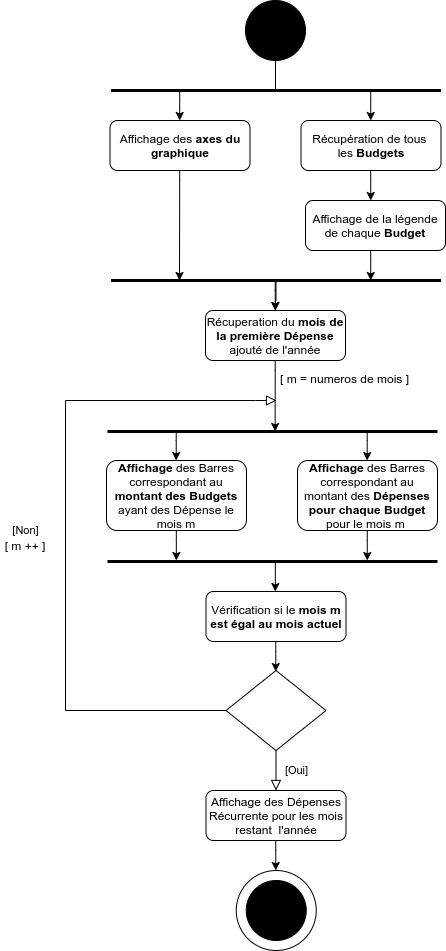
The draw.io diagram documentation/diagram-activite-suivi.png in NikolasBdn/BudgProject, before a commit. Source tidied: cells renumbered, new cells last; positions are measured from the earlier drawing's top-left corner, leaving out a move shared by most shapes. Its diagram source:
```xml
<mxGraphModel>
  <root>
    <mxCell id="0" />
    <mxCell id="1" parent="0" />
    <mxCell id="2" style="verticalLabelPosition=bottom;shadow=0;dashed=0;align=center;html=1;verticalAlign=top;shape=mxgraph.electrical.transmission.testPoint;" parent="1" vertex="1">
      <mxGeometry x="245" width="60" height="90" as="geometry" />
    </mxCell>
    <mxCell id="3" style="group;" parent="1" vertex="1">
      <mxGeometry x="233.8" y="850" width="80" height="100" as="geometry" />
    </mxCell>
    <mxCell id="4" style="ellipse;whiteSpace=wrap;html=1;" parent="3" vertex="1">
      <mxGeometry x="2" y="20" width="80" height="80" as="geometry" />
    </mxCell>
    <mxCell id="5" style="verticalLabelPosition=bottom;shadow=0;dashed=0;align=center;html=1;verticalAlign=top;shape=mxgraph.electrical.transmission.testPoint;rotation=-180;" parent="3" vertex="1">
      <mxGeometry x="12" y="30" width="60" height="60" as="geometry" />
    </mxCell>
    <mxCell id="6" style="edgeStyle=orthogonalEdgeStyle;rounded=0;jettySize=auto;html=1;" parent="1" edge="1" source="7" target="19">
      <mxGeometry relative="1" as="geometry" />
    </mxCell>
    <mxCell id="7" style="shape=partialRectangle;whiteSpace=wrap;html=1;left=0;right=0;fillColor=none;strokeWidth=3;" parent="1" vertex="1">
      <mxGeometry x="110.5" y="90" width="330" height="190" as="geometry" />
    </mxCell>
    <mxCell id="8" value="Affichage des &lt;b&gt;axes du graphique&lt;/b&gt;" style="rounded=1;whiteSpace=wrap;html=1;fontSize=12;glass=0;strokeWidth=1;shadow=0;" parent="1" vertex="1">
      <mxGeometry x="109.5" y="120" width="140" height="50" as="geometry" />
    </mxCell>
    <mxCell id="9" value="Récupération de tous&amp;nbsp;&lt;br&gt;les &lt;b&gt;Budgets&lt;/b&gt;" style="rounded=1;whiteSpace=wrap;html=1;fontSize=12;glass=0;strokeWidth=1;shadow=0;" parent="1" vertex="1">
      <mxGeometry x="300.5" y="120" width="140" height="50" as="geometry" />
    </mxCell>
    <mxCell id="10" style="endArrow=classic;html=1;fontColor=#FF3333;" parent="1" edge="1">
      <mxGeometry relative="1" as="geometry">
        <mxPoint x="370.5" y="90" as="sourcePoint" />
        <mxPoint x="370.2" y="120" as="targetPoint" />
        <Array as="points">
          <mxPoint x="370.2" y="90" />
        </Array>
      </mxGeometry>
    </mxCell>
    <mxCell id="11" style="endArrow=classic;html=1;fontColor=#FF3333;" parent="1" edge="1">
      <mxGeometry relative="1" as="geometry">
        <mxPoint x="179.5" y="90" as="sourcePoint" />
        <mxPoint x="179.2" y="120" as="targetPoint" />
        <Array as="points">
          <mxPoint x="179.2" y="90" />
        </Array>
      </mxGeometry>
    </mxCell>
    <mxCell id="12" style="endArrow=classic;html=1;fontColor=#FF3333;" parent="1" edge="1">
      <mxGeometry relative="1" as="geometry">
        <mxPoint x="370.5" y="170" as="sourcePoint" />
        <mxPoint x="370.2" y="200" as="targetPoint" />
        <Array as="points">
          <mxPoint x="370.2" y="170" />
        </Array>
      </mxGeometry>
    </mxCell>
    <mxCell id="13" style="endArrow=classic;html=1;fontColor=#FF3333;" parent="1" edge="1">
      <mxGeometry relative="1" as="geometry">
        <mxPoint x="179.5" y="170" as="sourcePoint" />
        <mxPoint x="179" y="280" as="targetPoint" />
        <Array as="points">
          <mxPoint x="179.2" y="170" />
        </Array>
      </mxGeometry>
    </mxCell>
    <mxCell id="14" value="[Oui]" style="rounded=0;html=1;jettySize=auto;fontSize=11;endArrow=block;endFill=0;endSize=8;strokeWidth=1;shadow=0;labelBackgroundColor=none;edgeStyle=orthogonalEdgeStyle;" parent="1" edge="1" source="15">
      <mxGeometry y="20" relative="1" as="geometry">
        <mxPoint x="275.5" y="790" as="targetPoint" />
      </mxGeometry>
    </mxCell>
    <mxCell id="15" style="rhombus;whiteSpace=wrap;html=1;shadow=0;fontFamily=Helvetica;fontSize=12;align=center;strokeWidth=1;spacing=6;spacingTop=-4;" parent="1" vertex="1">
      <mxGeometry x="225.5" y="670" width="100" height="80" as="geometry" />
    </mxCell>
    <mxCell id="16" value="Affichage de la légende de chaque&lt;b&gt; Budget&lt;/b&gt;" style="rounded=1;whiteSpace=wrap;html=1;fontSize=12;glass=0;strokeWidth=1;shadow=0;" parent="1" vertex="1">
      <mxGeometry x="305" y="200" width="140" height="50" as="geometry" />
    </mxCell>
    <mxCell id="17" style="endArrow=classic;html=1;fontColor=#FF3333;" parent="1" edge="1">
      <mxGeometry relative="1" as="geometry">
        <mxPoint x="370.5" y="250" as="sourcePoint" />
        <mxPoint x="370.2" y="280" as="targetPoint" />
        <Array as="points">
          <mxPoint x="370.2" y="250" />
        </Array>
      </mxGeometry>
    </mxCell>
    <mxCell id="18" style="endArrow=classic;html=1;fontColor=#FF3333;" parent="1" edge="1">
      <mxGeometry relative="1" as="geometry">
        <mxPoint x="275" y="280" as="sourcePoint" />
        <mxPoint x="274.7" y="310" as="targetPoint" />
        <Array as="points">
          <mxPoint x="274.7" y="280" />
        </Array>
      </mxGeometry>
    </mxCell>
    <mxCell id="19" value="Récuperation du &lt;b&gt;mois de&lt;br&gt;la première Dépense&lt;/b&gt; ajouté de l'année" style="rounded=1;whiteSpace=wrap;html=1;fontSize=12;glass=0;strokeWidth=1;shadow=0;" parent="1" vertex="1">
      <mxGeometry x="205" y="310" width="140" height="50" as="geometry" />
    </mxCell>
    <mxCell id="20" style="endArrow=classic;html=1;fontColor=#FF3333;entryX=0.508;entryY=0;entryDx=0;entryDy=0;entryPerimeter=0;" parent="1" edge="1" target="21">
      <mxGeometry relative="1" as="geometry">
        <mxPoint x="275" y="360" as="sourcePoint" />
        <Array as="points">
          <mxPoint x="274.7" y="360" />
        </Array>
      </mxGeometry>
    </mxCell>
    <mxCell id="21" style="shape=partialRectangle;whiteSpace=wrap;html=1;left=0;right=0;fillColor=none;strokeWidth=3;" parent="1" vertex="1">
      <mxGeometry x="107" y="431" width="330" height="130" as="geometry" />
    </mxCell>
    <mxCell id="22" value="&lt;b&gt;Affichage&lt;/b&gt; des Barres correspondant au &lt;b&gt;montant&lt;/b&gt; &lt;b&gt;des&lt;/b&gt; &lt;b&gt;Budgets &lt;/b&gt;ayant des Dépense le mois m" style="rounded=1;whiteSpace=wrap;html=1;fontSize=12;glass=0;strokeWidth=1;shadow=0;" parent="1" vertex="1">
      <mxGeometry x="106" y="460" width="140" height="70" as="geometry" />
    </mxCell>
    <mxCell id="23" style="endArrow=classic;html=1;fontColor=#FF3333;" parent="1" edge="1">
      <mxGeometry relative="1" as="geometry">
        <mxPoint x="367" y="430" as="sourcePoint" />
        <mxPoint x="366.7" y="460" as="targetPoint" />
        <Array as="points">
          <mxPoint x="366.7" y="430" />
        </Array>
      </mxGeometry>
    </mxCell>
    <mxCell id="24" style="endArrow=classic;html=1;fontColor=#FF3333;" parent="1" edge="1">
      <mxGeometry relative="1" as="geometry">
        <mxPoint x="176" y="430" as="sourcePoint" />
        <mxPoint x="175.7" y="460" as="targetPoint" />
        <Array as="points">
          <mxPoint x="175.7" y="430" />
        </Array>
      </mxGeometry>
    </mxCell>
    <mxCell id="25" style="endArrow=classic;html=1;fontColor=#FF3333;" parent="1" edge="1">
      <mxGeometry relative="1" as="geometry">
        <mxPoint x="367" y="530" as="sourcePoint" />
        <mxPoint x="366.8" y="560" as="targetPoint" />
        <Array as="points">
          <mxPoint x="366.8" y="530" />
        </Array>
      </mxGeometry>
    </mxCell>
    <mxCell id="26" value="[ m = numeros de mois ]" style="text;html=1;strokeColor=none;fillColor=none;align=center;verticalAlign=middle;whiteSpace=wrap;rounded=0;" parent="1" vertex="1">
      <mxGeometry x="273.8" y="370" width="141.2" height="15" as="geometry" />
    </mxCell>
    <mxCell id="27" value="&lt;b&gt;Affichage&lt;/b&gt; des Barres correspondant au montant des &lt;b&gt;Dépenses pour chaque Budget &lt;/b&gt;pour le mois m&lt;b&gt;&amp;nbsp;&lt;/b&gt;" style="rounded=1;whiteSpace=wrap;html=1;fontSize=12;glass=0;strokeWidth=1;shadow=0;" parent="1" vertex="1">
      <mxGeometry x="297" y="460" width="140" height="70" as="geometry" />
    </mxCell>
    <mxCell id="28" style="endArrow=classic;html=1;fontColor=#FF3333;" parent="1" edge="1">
      <mxGeometry relative="1" as="geometry">
        <mxPoint x="275.1" y="561" as="sourcePoint" />
        <mxPoint x="274.9" y="591" as="targetPoint" />
        <Array as="points">
          <mxPoint x="274.9" y="561" />
        </Array>
      </mxGeometry>
    </mxCell>
    <mxCell id="29" value="Vérification si le&lt;b&gt; mois m est égal au mois actuel&lt;/b&gt;" style="rounded=1;whiteSpace=wrap;html=1;fontSize=12;glass=0;strokeWidth=1;shadow=0;" parent="1" vertex="1">
      <mxGeometry x="205.5" y="591" width="140" height="50" as="geometry" />
    </mxCell>
    <mxCell id="30" style="endArrow=classic;html=1;fontColor=#FF3333;" parent="1" edge="1">
      <mxGeometry relative="1" as="geometry">
        <mxPoint x="176.1" y="530" as="sourcePoint" />
        <mxPoint x="175.8" y="560" as="targetPoint" />
        <Array as="points">
          <mxPoint x="175.8" y="530" />
        </Array>
      </mxGeometry>
    </mxCell>
    <mxCell id="31" style="endArrow=classic;html=1;fontColor=#FF3333;" parent="1" edge="1">
      <mxGeometry relative="1" as="geometry">
        <mxPoint x="275.5" y="641" as="sourcePoint" />
        <mxPoint x="275.3" y="671" as="targetPoint" />
        <Array as="points">
          <mxPoint x="275.3" y="641" />
        </Array>
      </mxGeometry>
    </mxCell>
    <mxCell id="32" value="[Non]" style="rounded=0;html=1;jettySize=auto;fontSize=11;endArrow=block;endFill=0;endSize=8;strokeWidth=1;shadow=0;labelBackgroundColor=none;edgeStyle=orthogonalEdgeStyle;exitX=0;exitY=0.5;exitDx=0;exitDy=0;" parent="1" edge="1" source="15">
      <mxGeometry y="40" relative="1" as="geometry">
        <mxPoint x="276" y="400" as="targetPoint" />
        <Array as="points">
          <mxPoint x="65" y="710" />
          <mxPoint x="65" y="400" />
          <mxPoint x="255" y="400" />
        </Array>
      </mxGeometry>
    </mxCell>
    <mxCell id="33" value="[ m ++ ]" style="text;html=1;strokeColor=none;fillColor=none;align=center;verticalAlign=middle;whiteSpace=wrap;rounded=0;" parent="1" vertex="1">
      <mxGeometry y="535" width="50" height="20" as="geometry" />
    </mxCell>
    <mxCell id="34" value="Affichage des Dépenses Récurrente pour les mois restant&amp;nbsp; l'année" style="rounded=1;whiteSpace=wrap;html=1;fontSize=12;glass=0;strokeWidth=1;shadow=0;" parent="1" vertex="1">
      <mxGeometry x="205.5" y="790" width="140" height="50" as="geometry" />
    </mxCell>
    <mxCell id="35" style="endArrow=classic;html=1;fontColor=#FF3333;" parent="1" edge="1">
      <mxGeometry relative="1" as="geometry">
        <mxPoint x="275.5" y="840" as="sourcePoint" />
        <mxPoint x="275.3" y="870" as="targetPoint" />
        <Array as="points">
          <mxPoint x="275.3" y="840" />
        </Array>
      </mxGeometry>
    </mxCell>
  </root>
</mxGraphModel>
```
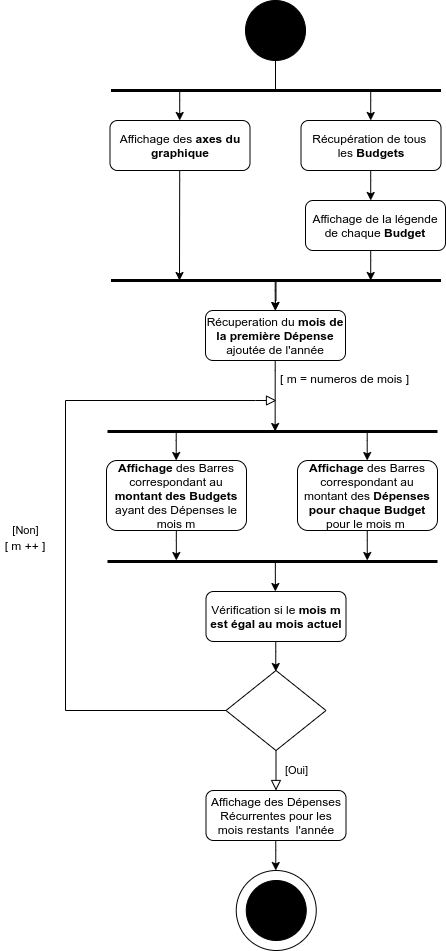
Later version of the same file.

Diff of the diagram source:
```diff
@@ -91,7 +91,7 @@
         </Array>
       </mxGeometry>
     </mxCell>
-    <mxCell id="19" value="Récuperation du &lt;b&gt;mois de&lt;br&gt;la première Dépense&lt;/b&gt; ajouté de l'année" style="rounded=1;whiteSpace=wrap;html=1;fontSize=12;glass=0;strokeWidth=1;shadow=0;" parent="1" vertex="1">
+    <mxCell id="19" value="Récuperation du &lt;b&gt;mois de&lt;br&gt;la première Dépense&lt;/b&gt; ajoutée de l'année" style="rounded=1;whiteSpace=wrap;html=1;fontSize=12;glass=0;strokeWidth=1;shadow=0;" parent="1" vertex="1">
       <mxGeometry x="205" y="310" width="140" height="50" as="geometry" />
     </mxCell>
     <mxCell id="20" style="endArrow=classic;html=1;fontColor=#FF3333;entryX=0.508;entryY=0;entryDx=0;entryDy=0;entryPerimeter=0;" parent="1" edge="1" target="21">
@@ -105,7 +105,7 @@
     <mxCell id="21" style="shape=partialRectangle;whiteSpace=wrap;html=1;left=0;right=0;fillColor=none;strokeWidth=3;" parent="1" vertex="1">
       <mxGeometry x="107" y="431" width="330" height="130" as="geometry" />
     </mxCell>
-    <mxCell id="22" value="&lt;b&gt;Affichage&lt;/b&gt; des Barres correspondant au &lt;b&gt;montant&lt;/b&gt; &lt;b&gt;des&lt;/b&gt; &lt;b&gt;Budgets &lt;/b&gt;ayant des Dépense le mois m" style="rounded=1;whiteSpace=wrap;html=1;fontSize=12;glass=0;strokeWidth=1;shadow=0;" parent="1" vertex="1">
+    <mxCell id="22" value="&lt;b&gt;Affichage&lt;/b&gt; des Barres correspondant au &lt;b&gt;montant&lt;/b&gt; &lt;b&gt;des&lt;/b&gt; &lt;b&gt;Budgets &lt;/b&gt;ayant des Dépenses le mois m" style="rounded=1;whiteSpace=wrap;html=1;fontSize=12;glass=0;strokeWidth=1;shadow=0;" parent="1" vertex="1">
       <mxGeometry x="106" y="460" width="140" height="70" as="geometry" />
     </mxCell>
     <mxCell id="23" style="endArrow=classic;html=1;fontColor=#FF3333;" parent="1" edge="1">
@@ -184,7 +184,7 @@
     <mxCell id="33" value="[ m ++ ]" style="text;html=1;strokeColor=none;fillColor=none;align=center;verticalAlign=middle;whiteSpace=wrap;rounded=0;" parent="1" vertex="1">
       <mxGeometry y="535" width="50" height="20" as="geometry" />
     </mxCell>
-    <mxCell id="34" value="Affichage des Dépenses Récurrente pour les mois restant&amp;nbsp; l'année" style="rounded=1;whiteSpace=wrap;html=1;fontSize=12;glass=0;strokeWidth=1;shadow=0;" parent="1" vertex="1">
+    <mxCell id="34" value="Affichage des Dépenses Récurrentes pour les mois restants&amp;nbsp; l'année" style="rounded=1;whiteSpace=wrap;html=1;fontSize=12;glass=0;strokeWidth=1;shadow=0;" parent="1" vertex="1">
       <mxGeometry x="205.5" y="790" width="140" height="50" as="geometry" />
     </mxCell>
     <mxCell id="35" style="endArrow=classic;html=1;fontColor=#FF3333;" parent="1" edge="1">
```
